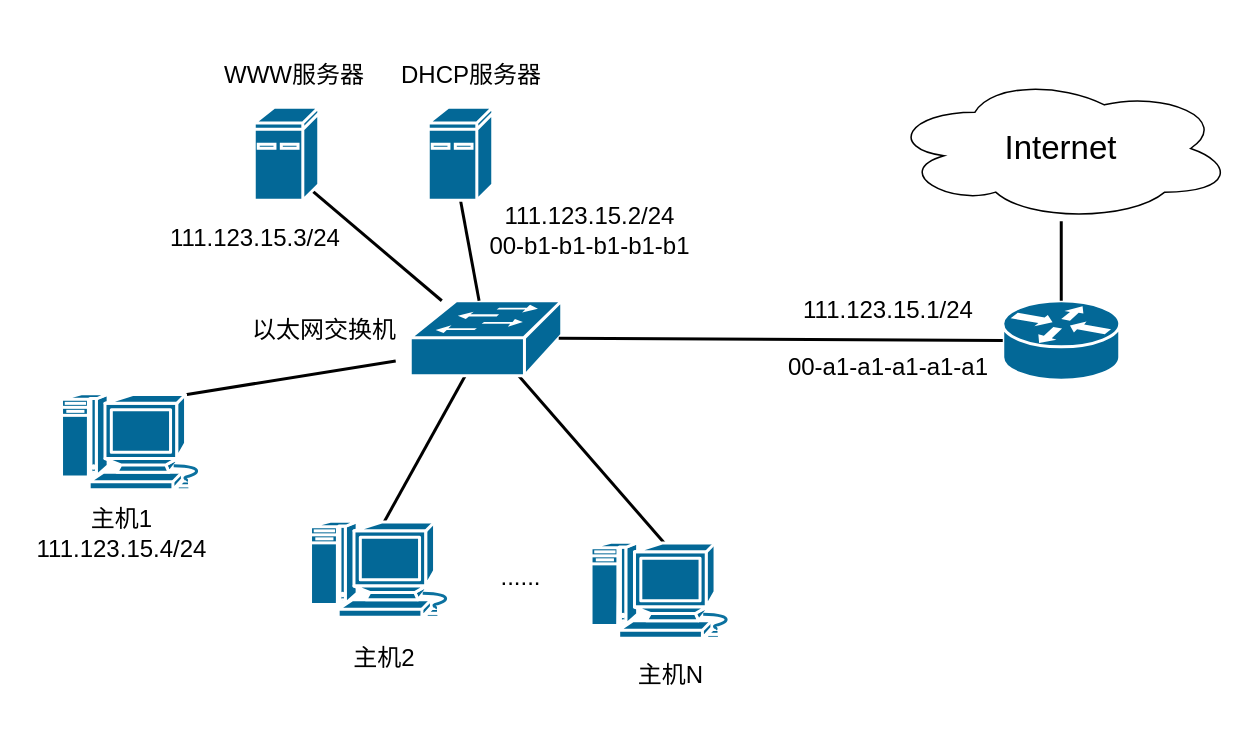
The draw.io diagram page "第 2 页" (2 of 6) of net1.drawio in Dong-J93/_pictures, before the edit. Source tidied: cells renumbered, new cells numbered last; positions are measured from the earlier drawing's top-left corner, leaving out a move shared by most shapes. Both pictures are drawn from the tidied source at 150%, with x=0, y=0 at pixel (26, 51).
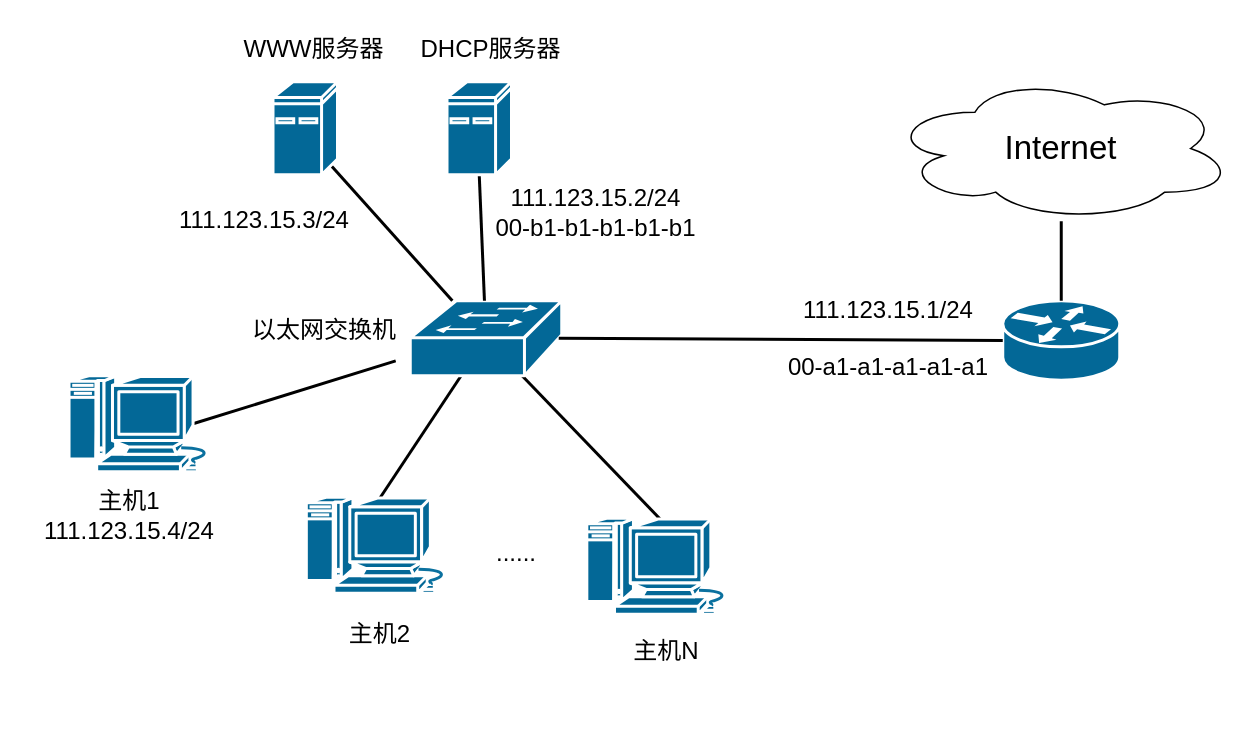
Above is the later version.

Change to the diagram source:
```diff
@@
-    <mxCell id="2" style="edgeStyle=none;curved=1;rounded=0;jettySize=auto;html=1;exitX=0.84;exitY=0.01;exitDx=0;exitDy=0;exitPerimeter=0;fontFamily=Helvetica;fontSize=12;fontColor=default;startSize=8;endSize=8;endArrow=none;endFill=0;strokeWidth=2;" parent="1" edge="1" source="3">
+    <mxCell id="2" style="edgeStyle=none;curved=1;rounded=0;jettySize=auto;html=1;exitX=0.84;exitY=0.5;exitDx=0;exitDy=0;exitPerimeter=0;fontFamily=Helvetica;fontSize=12;fontColor=default;startSize=8;endSize=8;endArrow=none;endFill=0;strokeWidth=2;" parent="1" edge="1" source="3">
       <mxGeometry relative="1" as="geometry">
         <mxPoint x="246.3" y="206.1" as="targetPoint" />
       </mxGeometry>
     </mxCell>
     <mxCell id="3" style="shape=mxgraph.cisco.computers_and_peripherals.macintosh;sketch=0;html=1;dashed=0;fillColor=#036897;strokeColor=#ffffff;strokeWidth=2;verticalLabelPosition=bottom;verticalAlign=top;align=center;outlineConnect=0;" parent="1" vertex="1">
-      <mxGeometry x="23" y="228" width="99" height="64" as="geometry" />
+      <mxGeometry x="28" y="216" width="99" height="64" as="geometry" />
     </mxCell>
@@
     <mxCell id="5" style="shape=mxgraph.cisco.computers_and_peripherals.macintosh;sketch=0;html=1;dashed=0;fillColor=#036897;strokeColor=#ffffff;strokeWidth=2;verticalLabelPosition=bottom;verticalAlign=top;align=center;outlineConnect=0;" parent="1" vertex="1">
-      <mxGeometry x="189" y="313" width="99" height="64" as="geometry" />
+      <mxGeometry x="186.2" y="297" width="99" height="64" as="geometry" />
     </mxCell>
@@
     <mxCell id="7" style="shape=mxgraph.cisco.computers_and_peripherals.macintosh;sketch=0;html=1;dashed=0;fillColor=#036897;strokeColor=#ffffff;strokeWidth=2;verticalLabelPosition=bottom;verticalAlign=top;align=center;outlineConnect=0;" parent="1" vertex="1">
-      <mxGeometry x="376" y="327" width="99" height="64" as="geometry" />
+      <mxGeometry x="373.2" y="311" width="99" height="64" as="geometry" />
     </mxCell>
@@
     <mxCell id="11" style="shape=mxgraph.cisco.computers_and_peripherals.ibm_mini_as400;sketch=0;html=1;dashed=0;fillColor=#036897;strokeColor=#ffffff;strokeWidth=2;verticalLabelPosition=bottom;verticalAlign=top;align=center;outlineConnect=0;" parent="1" vertex="1">
-      <mxGeometry x="152" y="37" width="43" height="62" as="geometry" />
+      <mxGeometry x="164.5" y="20" width="43" height="62" as="geometry" />
     </mxCell>
@@
     <mxCell id="13" style="shape=mxgraph.cisco.computers_and_peripherals.ibm_mini_as400;sketch=0;html=1;dashed=0;fillColor=#036897;strokeColor=#ffffff;strokeWidth=2;verticalLabelPosition=bottom;verticalAlign=top;align=center;outlineConnect=0;" parent="1" vertex="1">
-      <mxGeometry x="268" y="37" width="43" height="62" as="geometry" />
+      <mxGeometry x="280.5" y="20" width="43" height="62" as="geometry" />
     </mxCell>
@@
     <mxCell id="16" value="&lt;span style=&quot;font-size: 16px;&quot;&gt;WWW服务器&lt;/span&gt;" style="text;html=1;align=center;verticalAlign=middle;whiteSpace=wrap;rounded=0;" parent="1" vertex="1">
-      <mxGeometry x="115" width="127.5" height="30" as="geometry" />
+      <mxGeometry x="127.5" y="-17" width="127.5" height="30" as="geometry" />
     </mxCell>
     <mxCell id="17" value="&lt;span style=&quot;font-size: 16px;&quot;&gt;DHCP服务器&lt;/span&gt;" style="text;html=1;align=center;verticalAlign=middle;whiteSpace=wrap;rounded=0;" parent="1" vertex="1">
-      <mxGeometry x="233" width="127.5" height="30" as="geometry" />
+      <mxGeometry x="245.5" y="-17" width="127.5" height="30" as="geometry" />
     </mxCell>
     <mxCell id="18" value="&lt;span style=&quot;font-size: 16px;&quot;&gt;111.123.15.2/24&lt;/span&gt;&lt;div&gt;&lt;span style=&quot;font-size: 16px;&quot;&gt;00-b1-b1-b1-b1-b1&lt;/span&gt;&lt;/div&gt;" style="text;html=1;align=center;verticalAlign=middle;whiteSpace=wrap;rounded=0;" parent="1" vertex="1">
-      <mxGeometry x="294" y="94" width="164" height="50" as="geometry" />
+      <mxGeometry x="298" y="82" width="164" height="50" as="geometry" />
     </mxCell>
@@
     <mxCell id="21" value="&lt;span style=&quot;font-size: 16px;&quot;&gt;111.123.15.3/24&lt;/span&gt;" style="text;html=1;align=center;verticalAlign=middle;whiteSpace=wrap;rounded=0;" parent="1" vertex="1">
-      <mxGeometry x="71" y="99" width="164" height="50" as="geometry" />
+      <mxGeometry x="77" y="87" width="164" height="50" as="geometry" />
     </mxCell>
@@
     <mxCell id="23" value="&lt;span style=&quot;font-size: 16px;&quot;&gt;主机1&lt;/span&gt;&lt;div&gt;&lt;span style=&quot;font-size: 16px;&quot;&gt;111.123.15.4/24&lt;/span&gt;&lt;/div&gt;" style="text;html=1;align=center;verticalAlign=middle;whiteSpace=wrap;rounded=0;" parent="1" vertex="1">
-      <mxGeometry y="297" width="127.5" height="47" as="geometry" />
+      <mxGeometry x="5" y="285" width="127.5" height="47" as="geometry" />
     </mxCell>
     <mxCell id="24" value="&lt;span style=&quot;font-size: 16px;&quot;&gt;......&lt;/span&gt;" style="text;html=1;align=center;verticalAlign=middle;whiteSpace=wrap;rounded=0;" parent="1" vertex="1">
-      <mxGeometry x="266" y="335" width="127.5" height="30" as="geometry" />
+      <mxGeometry x="263.2" y="319" width="127.5" height="30" as="geometry" />
     </mxCell>
     <mxCell id="25" value="&lt;span style=&quot;font-size: 16px;&quot;&gt;主机2&lt;/span&gt;" style="text;html=1;align=center;verticalAlign=middle;whiteSpace=wrap;rounded=0;" parent="1" vertex="1">
-      <mxGeometry x="174.8" y="380" width="127.5" height="47" as="geometry" />
+      <mxGeometry x="172" y="364" width="127.5" height="47" as="geometry" />
     </mxCell>
     <mxCell id="26" value="&lt;span style=&quot;font-size: 16px;&quot;&gt;主机N&lt;/span&gt;" style="text;html=1;align=center;verticalAlign=middle;whiteSpace=wrap;rounded=0;" parent="1" vertex="1">
-      <mxGeometry x="365.5" y="391" width="127.5" height="47" as="geometry" />
+      <mxGeometry x="362.8" y="375" width="127.5" height="47" as="geometry" />
     </mxCell>
```
